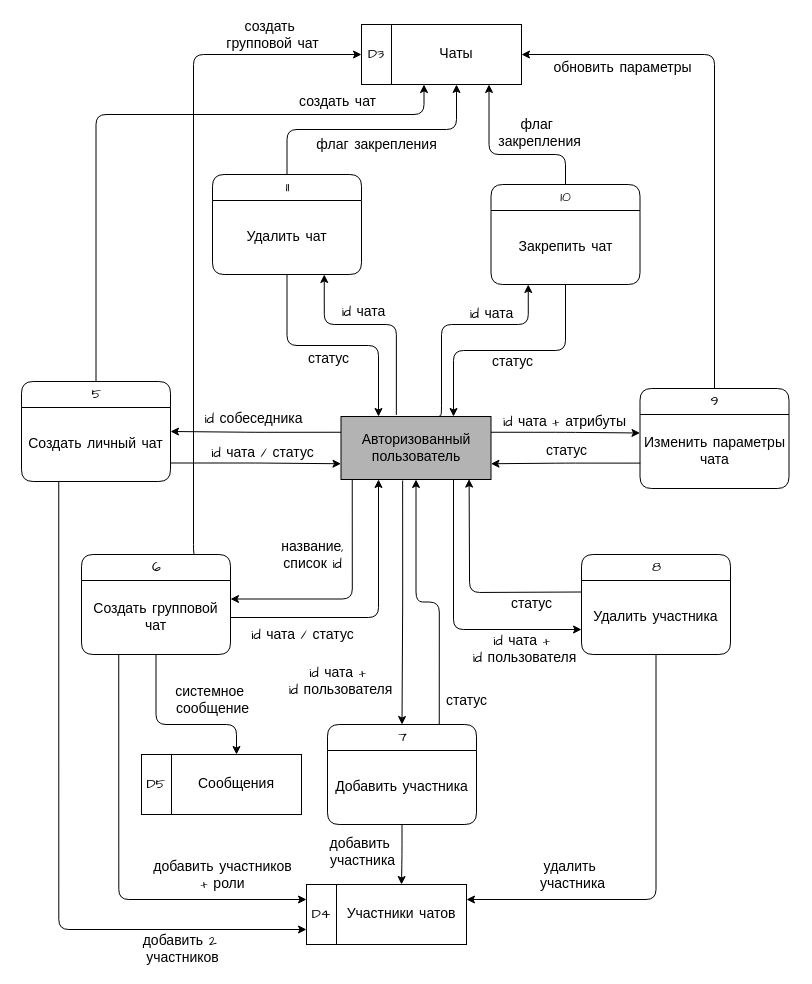
Above: page "DFD 1: управление чатами" (3 of 8) of Практическая работа №1. DFD/Диаграммы DFD.drawio in art2535/project-activity-guap (draw.io), before the change. Source tidied: cells renumbered, new cells numbered last; positions are measured from the earlier drawing's top-left corner, leaving out a move shared by most shapes. Both pictures are drawn from the tidied source at 100%, with x=0, y=0 at pixel (21, 24).
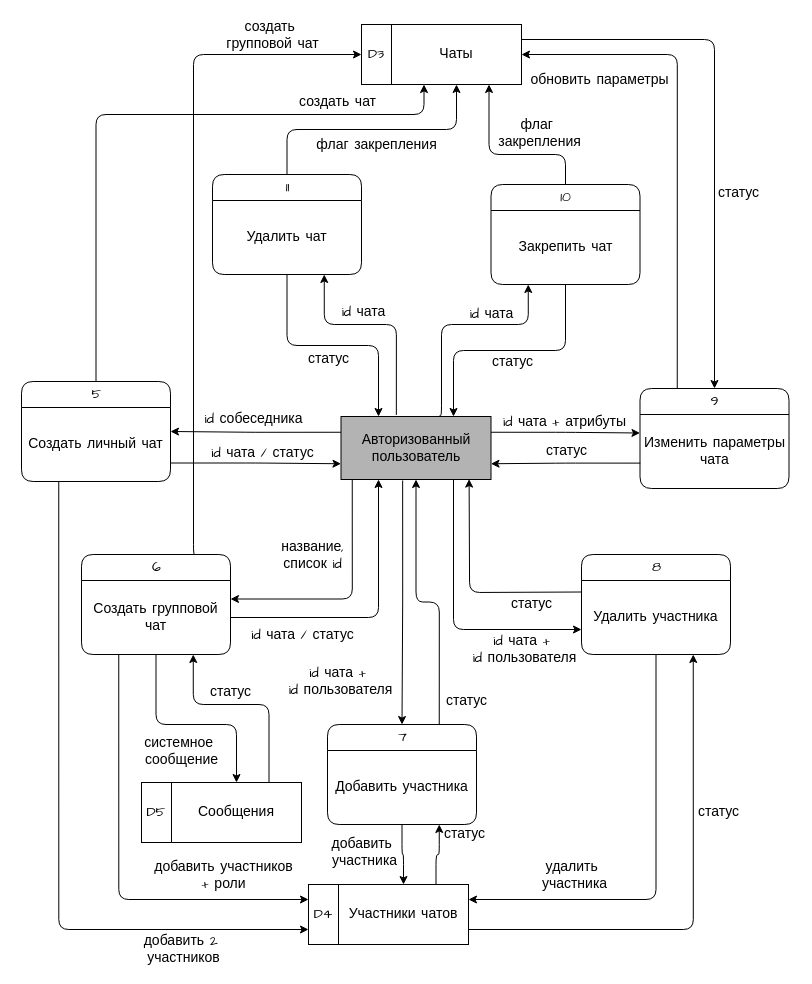
After the change.

The change refers to these unchanged cells:
```xml
<mxCell id="2" value="9" style="swimlane;html=1;fontStyle=0;horizontal=1;startSize=26;fillColor=none;swimlaneFillColor=none;align=center;rounded=1;shadow=0;comic=0;labelBackgroundColor=none;strokeWidth=1;fontFamily=Comic Sans MS;fontSize=14;swimlaneLine=1;sketch=0;glass=0;" parent="1" vertex="1">
  <mxGeometry x="618.5" y="364" width="149" height="100" as="geometry" />
</mxCell>
<mxCell id="4" value="6" style="swimlane;html=1;fontStyle=0;horizontal=1;startSize=26;fillColor=none;swimlaneFillColor=none;align=center;rounded=1;shadow=0;comic=0;labelBackgroundColor=none;strokeWidth=1;fontFamily=Comic Sans MS;fontSize=14;swimlaneLine=1;sketch=0;glass=0;" parent="1" vertex="1">
  <mxGeometry x="60" y="530" width="149" height="100" as="geometry" />
</mxCell>
<mxCell id="5" value="Создать групповой чат" style="text;html=1;strokeColor=none;fillColor=none;align=center;verticalAlign=middle;whiteSpace=wrap;rounded=0;shadow=1;glass=0;sketch=0;fontFamily=Comic Sans MS;fontSize=14;" parent="4" vertex="1">
  <mxGeometry y="26" width="149" height="74" as="geometry" />
</mxCell>
<mxCell id="9" value="Участники чатов" style="rounded=0;whiteSpace=wrap;html=1;shadow=0;glass=0;sketch=0;strokeWidth=1;fillColor=none;fontFamily=Comic Sans MS;fontSize=14;" parent="8" vertex="1">
  <mxGeometry x="30" width="130" height="60" as="geometry" />
</mxCell>
<mxCell id="12" value="Чаты" style="rounded=0;whiteSpace=wrap;html=1;shadow=0;glass=0;sketch=0;strokeWidth=1;fillColor=none;fontFamily=Comic Sans MS;fontSize=14;" parent="11" vertex="1">
  <mxGeometry x="30" width="130" height="60" as="geometry" />
</mxCell>
<mxCell id="14" value="7" style="swimlane;html=1;fontStyle=0;horizontal=1;startSize=26;fillColor=none;swimlaneFillColor=none;align=center;rounded=1;shadow=0;comic=0;labelBackgroundColor=none;strokeWidth=1;fontFamily=Comic Sans MS;fontSize=14;swimlaneLine=1;sketch=0;glass=0;" parent="1" vertex="1">
  <mxGeometry x="306" y="700" width="149" height="100" as="geometry" />
</mxCell>
<mxCell id="17" value="&lt;div style=&quot;&quot;&gt;Удалить участника&lt;/div&gt;" style="text;html=1;strokeColor=none;fillColor=none;align=center;verticalAlign=middle;whiteSpace=wrap;rounded=0;shadow=1;glass=0;sketch=0;fontFamily=Comic Sans MS;fontSize=14;" parent="16" vertex="1">
  <mxGeometry y="26" width="149" height="74" as="geometry" />
</mxCell>
<mxCell id="22" value="Сообщения" style="rounded=0;whiteSpace=wrap;html=1;shadow=0;glass=0;sketch=0;strokeWidth=1;fillColor=none;fontFamily=Comic Sans MS;fontSize=14;" parent="21" vertex="1">
  <mxGeometry x="30" width="130" height="60" as="geometry" />
</mxCell>
```

The edit, as a diff of the source:
```diff
@@
     <mxCell id="8" style="group;shadow=0;fontFamily=Comic Sans MS;fontSize=14;" parent="1" vertex="1">
-      <mxGeometry x="285" y="860" width="160" height="60" as="geometry" />
+      <mxGeometry x="287" y="860" width="160" height="60" as="geometry" />
     </mxCell>
@@
     <mxCell id="21" style="group;shadow=0;fontFamily=Comic Sans MS;fontSize=14;" parent="1" vertex="1">
-      <mxGeometry x="120" y="730" width="160" height="60" as="geometry" />
+      <mxGeometry x="120" y="758" width="160" height="60" as="geometry" />
     </mxCell>
@@
-    <mxCell id="62" style="endArrow=classic;html=1;fontFamily=Comic Sans MS;fontSize=14;edgeStyle=orthogonalEdgeStyle;startArrow=none;startFill=0;endFill=1;exitX=0.5;exitY=1;exitDx=0;exitDy=0;entryX=0.5;entryY=0;entryDx=0;entryDy=0;" parent="1" edge="1" source="5" target="22">
+    <mxCell id="62" style="endArrow=classic;html=1;fontFamily=Comic Sans MS;fontSize=14;edgeStyle=orthogonalEdgeStyle;startArrow=none;startFill=0;endFill=1;exitX=0.5;exitY=1;exitDx=0;exitDy=0;" parent="1" edge="1" source="5">
       <mxGeometry relative="1" as="geometry">
+        <mxPoint x="215" y="758" as="targetPoint" />
         <Array as="points">
           <mxPoint x="134.5" y="700" />
           <mxPoint x="215" y="700" />
         </Array>
       </mxGeometry>
     </mxCell>
     <mxCell id="63" value="системное&amp;nbsp;&lt;div&gt;сообщение&lt;/div&gt;" style="edgeLabel;html=1;align=center;verticalAlign=middle;fontSize=14;fontFamily=Comic Sans MS;labelBackgroundColor=none;" parent="62" vertex="1">
       <mxGeometry x="0.32" y="-1" relative="1" as="geometry">
-        <mxPoint x="7" y="-26" as="offset" />
+        <mxPoint x="-43" y="25" as="offset" />
       </mxGeometry>
     </mxCell>
@@
-    <mxCell id="70" style="endArrow=classic;html=1;fontFamily=Comic Sans MS;fontSize=14;edgeStyle=orthogonalEdgeStyle;startArrow=none;startFill=0;endFill=1;exitX=0.5;exitY=0;exitDx=0;exitDy=0;entryX=1;entryY=0.5;entryDx=0;entryDy=0;" parent="1" edge="1" source="2" target="12">
+    <mxCell id="70" style="endArrow=classic;html=1;fontFamily=Comic Sans MS;fontSize=14;edgeStyle=orthogonalEdgeStyle;startArrow=none;startFill=0;endFill=1;exitX=0.25;exitY=0;exitDx=0;exitDy=0;entryX=1;entryY=0.5;entryDx=0;entryDy=0;" parent="1" edge="1" source="2" target="12">
       <mxGeometry relative="1" as="geometry" />
     </mxCell>
@@
+    <mxCell id="74" style="endArrow=classic;html=1;fontFamily=Comic Sans MS;fontSize=14;edgeStyle=orthogonalEdgeStyle;startArrow=none;startFill=0;endFill=1;exitX=1;exitY=0.75;exitDx=0;exitDy=0;entryX=0.75;entryY=1;entryDx=0;entryDy=0;" parent="1" edge="1" source="9" target="17">
+      <mxGeometry relative="1" as="geometry" />
+    </mxCell>
+    <mxCell id="75" value="статус" style="edgeLabel;html=1;align=center;verticalAlign=middle;fontSize=14;fontFamily=Comic Sans MS;labelBackgroundColor=none;" parent="74" vertex="1">
+      <mxGeometry x="0.32" y="-1" relative="1" as="geometry">
+        <mxPoint x="24" y="-12" as="offset" />
+      </mxGeometry>
+    </mxCell>
+    <mxCell id="76" style="endArrow=classic;html=1;fontFamily=Comic Sans MS;fontSize=14;edgeStyle=orthogonalEdgeStyle;startArrow=none;startFill=0;endFill=1;exitX=1;exitY=0.25;exitDx=0;exitDy=0;entryX=0.5;entryY=0;entryDx=0;entryDy=0;" parent="1" edge="1" source="12" target="2">
+      <mxGeometry relative="1" as="geometry" />
+    </mxCell>
+    <mxCell id="77" value="статус" style="edgeLabel;html=1;align=center;verticalAlign=middle;fontSize=14;fontFamily=Comic Sans MS;labelBackgroundColor=none;" parent="76" vertex="1">
+      <mxGeometry x="0.32" y="-1" relative="1" as="geometry">
+        <mxPoint x="24" y="-12" as="offset" />
+      </mxGeometry>
+    </mxCell>
+    <mxCell id="78" style="endArrow=classic;html=1;fontFamily=Comic Sans MS;fontSize=14;edgeStyle=orthogonalEdgeStyle;startArrow=none;startFill=0;endFill=1;exitX=0.75;exitY=0;exitDx=0;exitDy=0;entryX=0.75;entryY=1;entryDx=0;entryDy=0;" parent="1" edge="1" source="22" target="4">
+      <mxGeometry relative="1" as="geometry">
+        <Array as="points">
+          <mxPoint x="247.5" y="680" />
+          <mxPoint x="171.8" y="680" />
+        </Array>
+      </mxGeometry>
+    </mxCell>
+    <mxCell id="79" value="статус" style="edgeLabel;html=1;align=center;verticalAlign=middle;fontSize=14;fontFamily=Comic Sans MS;labelBackgroundColor=none;" parent="78" vertex="1">
+      <mxGeometry x="0.32" y="-1" relative="1" as="geometry">
+        <mxPoint x="17" y="-12" as="offset" />
+      </mxGeometry>
+    </mxCell>
+    <mxCell id="80" style="endArrow=classic;html=1;fontFamily=Comic Sans MS;fontSize=14;edgeStyle=orthogonalEdgeStyle;startArrow=none;startFill=0;endFill=1;exitX=0.75;exitY=0;exitDx=0;exitDy=0;entryX=0.75;entryY=1;entryDx=0;entryDy=0;" parent="1" edge="1" source="9" target="14">
+      <mxGeometry relative="1" as="geometry" />
+    </mxCell>
+    <mxCell id="81" value="статус" style="edgeLabel;html=1;align=center;verticalAlign=middle;fontSize=14;fontFamily=Comic Sans MS;labelBackgroundColor=none;" parent="80" vertex="1">
+      <mxGeometry x="0.32" y="-1" relative="1" as="geometry">
+        <mxPoint x="24" y="-12" as="offset" />
+      </mxGeometry>
+    </mxCell>
```
